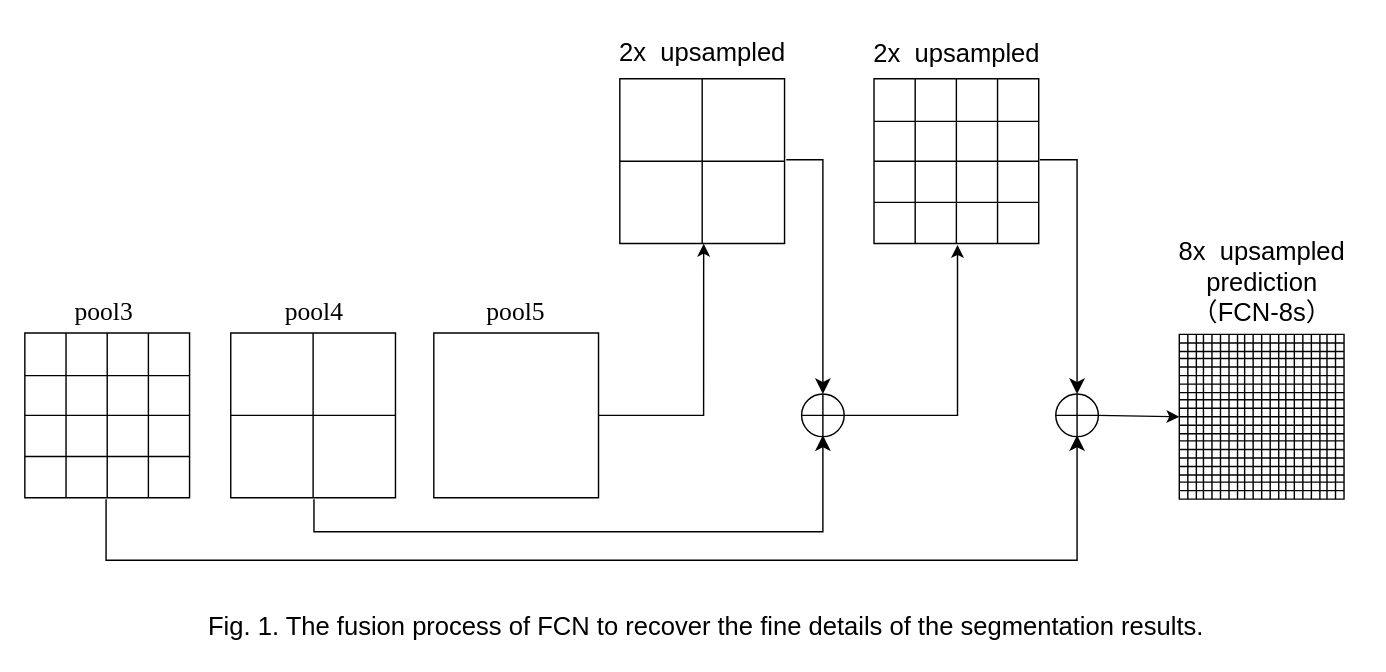
Earlier version of the draw.io diagram page "第 1 页" (1 of 2) of 未命名绘图.drawio (zhangronghuan/liliu). Source tidied: cells renumbered, new cells numbered last; positions are measured from the earlier drawing's top-left corner, leaving out a move shared by most shapes. Both pictures are drawn from the tidied source at 142%, with x=0, y=0 at pixel (24, 24).
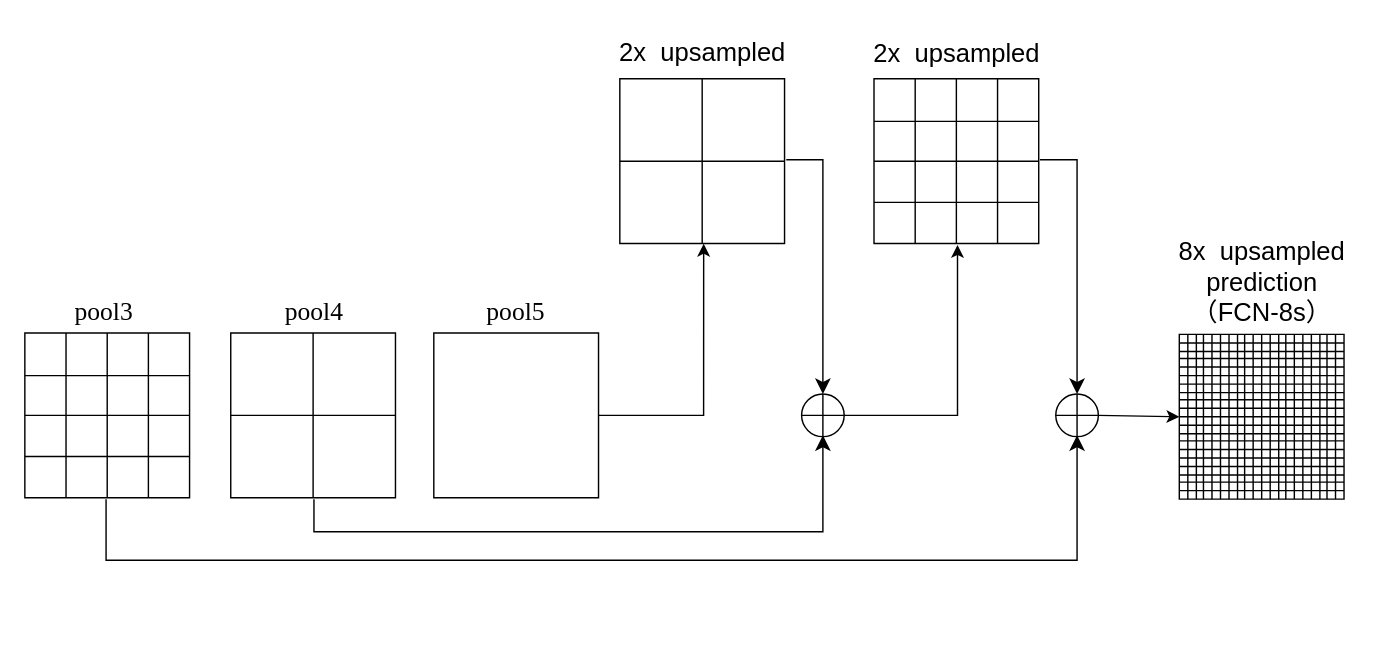
Above is the later version.

Change to the diagram source:
```diff
@@
-    <mxCell id="497" value="&lt;font style=&quot;font-size: 18px;&quot;&gt;Fig. 1. The fusion process of FCN to recover the fine details of the segmentation results.&lt;/font&gt;" style="text;strokeColor=none;align=center;fillColor=none;html=1;verticalAlign=middle;whiteSpace=wrap;rounded=0;" parent="1" vertex="1">
-      <mxGeometry x="60" y="409" width="840" height="30" as="geometry" />
-    </mxCell>
```
